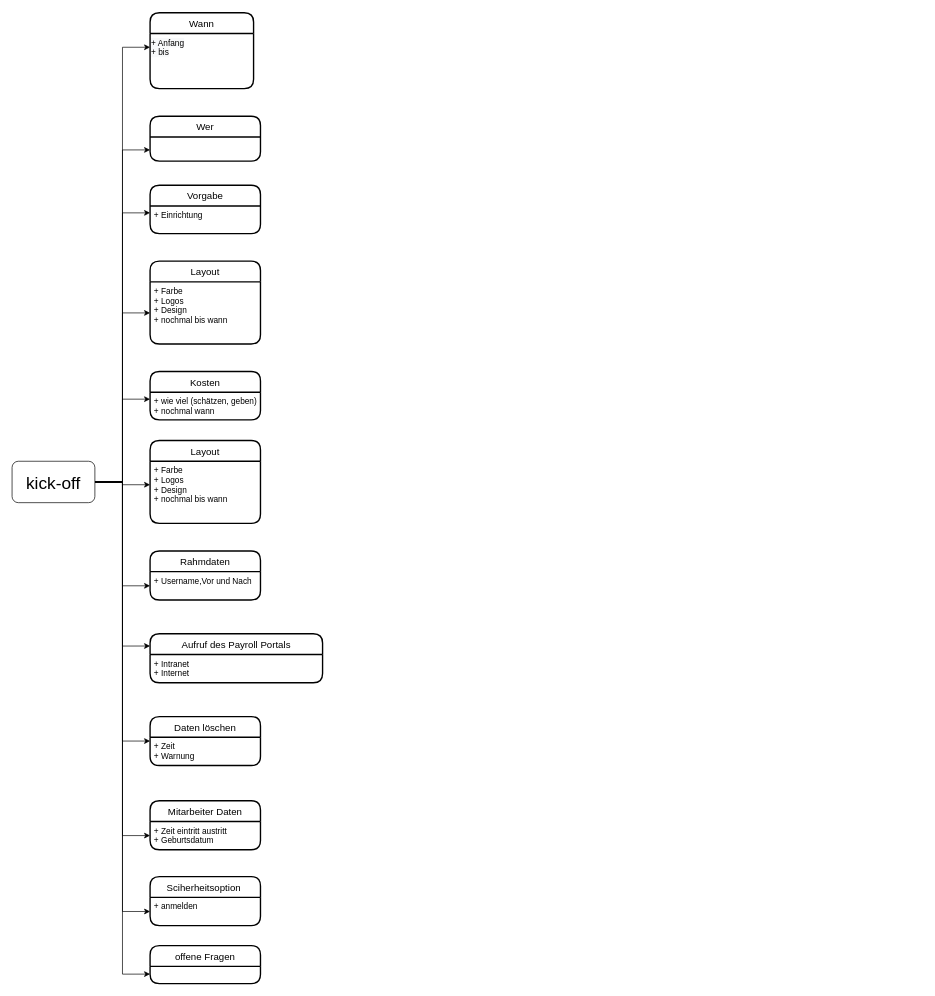
This is kick-off Diagram.drawio from masteryijian/Hallo-World-, a draw.io file, before an edit. Source tidied: cells renumbered, new cells numbered last; positions are measured from the earlier drawing's top-left corner, leaving out a move shared by most shapes. Both pictures are drawn from the tidied source at 69%, with x=0, y=0 at pixel (12, 12).
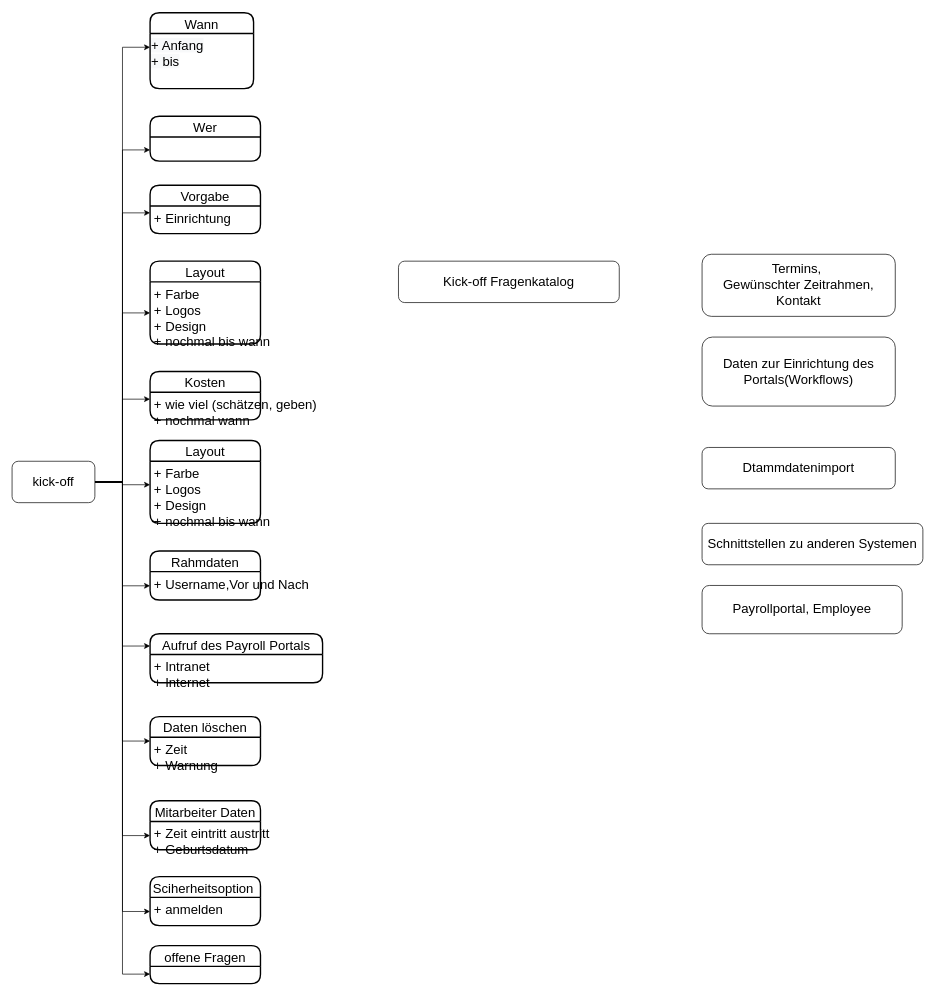
After the change.

What changed in the source:
```diff
@@
-    <mxCell id="2" style="edgeStyle=orthogonalEdgeStyle;rounded=0;jettySize=auto;html=1;entryX=0;entryY=0.25;entryDx=0;entryDy=0;" parent="1" edge="1" source="14" target="17">
+    <mxCell id="2" style="edgeStyle=orthogonalEdgeStyle;rounded=0;jettySize=auto;html=1;entryX=0;entryY=0.25;entryDx=0;entryDy=0;fontSize=19;" parent="1" edge="1" source="14" target="17">
       <mxGeometry relative="1" as="geometry" />
     </mxCell>
-    <mxCell id="3" style="edgeStyle=orthogonalEdgeStyle;rounded=0;jettySize=auto;html=1;exitX=1;exitY=0.5;exitDx=0;exitDy=0;entryX=0;entryY=0.75;entryDx=0;entryDy=0;" parent="1" edge="1" source="14" target="15">
+    <mxCell id="3" style="edgeStyle=orthogonalEdgeStyle;rounded=0;jettySize=auto;html=1;exitX=1;exitY=0.5;exitDx=0;exitDy=0;entryX=0;entryY=0.75;entryDx=0;entryDy=0;fontSize=19;" parent="1" edge="1" source="14" target="15">
       <mxGeometry relative="1" as="geometry" />
     </mxCell>
-    <mxCell id="4" style="edgeStyle=orthogonalEdgeStyle;rounded=0;jettySize=auto;html=1;exitX=1;exitY=0.5;exitDx=0;exitDy=0;entryX=0;entryY=0.25;entryDx=0;entryDy=0;" parent="1" edge="1" source="14" target="19">
+    <mxCell id="4" style="edgeStyle=orthogonalEdgeStyle;rounded=0;jettySize=auto;html=1;exitX=1;exitY=0.5;exitDx=0;exitDy=0;entryX=0;entryY=0.25;entryDx=0;entryDy=0;fontSize=19;" parent="1" edge="1" source="14" target="19">
       <mxGeometry relative="1" as="geometry" />
     </mxCell>
-    <mxCell id="5" style="edgeStyle=orthogonalEdgeStyle;rounded=0;jettySize=auto;html=1;exitX=1;exitY=0.5;exitDx=0;exitDy=0;entryX=0;entryY=0.5;entryDx=0;entryDy=0;" parent="1" edge="1" source="14" target="22">
+    <mxCell id="5" style="edgeStyle=orthogonalEdgeStyle;rounded=0;jettySize=auto;html=1;exitX=1;exitY=0.5;exitDx=0;exitDy=0;entryX=0;entryY=0.5;entryDx=0;entryDy=0;fontSize=19;" parent="1" edge="1" source="14" target="22">
       <mxGeometry relative="1" as="geometry" />
     </mxCell>
-    <mxCell id="6" style="edgeStyle=orthogonalEdgeStyle;rounded=0;jettySize=auto;html=1;exitX=1;exitY=0.5;exitDx=0;exitDy=0;entryX=0;entryY=0.25;entryDx=0;entryDy=0;" parent="1" edge="1" source="14" target="24">
+    <mxCell id="6" style="edgeStyle=orthogonalEdgeStyle;rounded=0;jettySize=auto;html=1;exitX=1;exitY=0.5;exitDx=0;exitDy=0;entryX=0;entryY=0.25;entryDx=0;entryDy=0;fontSize=19;" parent="1" edge="1" source="14" target="24">
       <mxGeometry relative="1" as="geometry" />
     </mxCell>
-    <mxCell id="7" style="edgeStyle=orthogonalEdgeStyle;rounded=0;jettySize=auto;html=1;exitX=1;exitY=0.5;exitDx=0;exitDy=0;entryX=0;entryY=0.378;entryDx=0;entryDy=0;entryPerimeter=0;" parent="1" edge="1" source="14" target="26">
+    <mxCell id="7" style="edgeStyle=orthogonalEdgeStyle;rounded=0;jettySize=auto;html=1;exitX=1;exitY=0.5;exitDx=0;exitDy=0;entryX=0;entryY=0.378;entryDx=0;entryDy=0;entryPerimeter=0;fontSize=19;" parent="1" edge="1" source="14" target="26">
       <mxGeometry relative="1" as="geometry" />
     </mxCell>
-    <mxCell id="8" style="edgeStyle=orthogonalEdgeStyle;rounded=0;jettySize=auto;html=1;exitX=1;exitY=0.5;exitDx=0;exitDy=0;entryX=0;entryY=0.5;entryDx=0;entryDy=0;" parent="1" edge="1" source="14" target="28">
+    <mxCell id="8" style="edgeStyle=orthogonalEdgeStyle;rounded=0;jettySize=auto;html=1;exitX=1;exitY=0.5;exitDx=0;exitDy=0;entryX=0;entryY=0.5;entryDx=0;entryDy=0;fontSize=19;" parent="1" edge="1" source="14" target="28">
       <mxGeometry relative="1" as="geometry" />
     </mxCell>
-    <mxCell id="9" style="edgeStyle=orthogonalEdgeStyle;rounded=0;jettySize=auto;html=1;exitX=1;exitY=0.5;exitDx=0;exitDy=0;entryX=0;entryY=0.25;entryDx=0;entryDy=0;" parent="1" edge="1" source="14" target="29">
+    <mxCell id="9" style="edgeStyle=orthogonalEdgeStyle;rounded=0;jettySize=auto;html=1;exitX=1;exitY=0.5;exitDx=0;exitDy=0;entryX=0;entryY=0.25;entryDx=0;entryDy=0;fontSize=19;" parent="1" edge="1" source="14" target="29">
       <mxGeometry relative="1" as="geometry" />
     </mxCell>
-    <mxCell id="10" style="edgeStyle=orthogonalEdgeStyle;rounded=0;jettySize=auto;html=1;exitX=1;exitY=0.5;exitDx=0;exitDy=0;entryX=0;entryY=0.5;entryDx=0;entryDy=0;" parent="1" edge="1" source="14" target="31">
+    <mxCell id="10" style="edgeStyle=orthogonalEdgeStyle;rounded=0;jettySize=auto;html=1;exitX=1;exitY=0.5;exitDx=0;exitDy=0;entryX=0;entryY=0.5;entryDx=0;entryDy=0;fontSize=19;" parent="1" edge="1" source="14" target="31">
       <mxGeometry relative="1" as="geometry" />
     </mxCell>
-    <mxCell id="11" style="edgeStyle=orthogonalEdgeStyle;rounded=0;jettySize=auto;html=1;exitX=1;exitY=0.5;exitDx=0;exitDy=0;entryX=0;entryY=0.5;entryDx=0;entryDy=0;" parent="1" edge="1" source="14" target="34">
+    <mxCell id="11" style="edgeStyle=orthogonalEdgeStyle;rounded=0;jettySize=auto;html=1;exitX=1;exitY=0.5;exitDx=0;exitDy=0;entryX=0;entryY=0.5;entryDx=0;entryDy=0;fontSize=19;" parent="1" edge="1" source="14" target="34">
       <mxGeometry relative="1" as="geometry" />
     </mxCell>
-    <mxCell id="12" style="edgeStyle=orthogonalEdgeStyle;rounded=0;jettySize=auto;html=1;exitX=1;exitY=0.5;exitDx=0;exitDy=0;entryX=0;entryY=0.5;entryDx=0;entryDy=0;" parent="1" edge="1" source="14" target="36">
+    <mxCell id="12" style="edgeStyle=orthogonalEdgeStyle;rounded=0;jettySize=auto;html=1;exitX=1;exitY=0.5;exitDx=0;exitDy=0;entryX=0;entryY=0.5;entryDx=0;entryDy=0;fontSize=19;" parent="1" edge="1" source="14" target="36">
       <mxGeometry relative="1" as="geometry" />
     </mxCell>
-    <mxCell id="13" style="edgeStyle=orthogonalEdgeStyle;rounded=0;jettySize=auto;html=1;exitX=1;exitY=0.5;exitDx=0;exitDy=0;entryX=0;entryY=0.75;entryDx=0;entryDy=0;" parent="1" edge="1" source="14" target="20">
+    <mxCell id="13" style="edgeStyle=orthogonalEdgeStyle;rounded=0;jettySize=auto;html=1;exitX=1;exitY=0.5;exitDx=0;exitDy=0;entryX=0;entryY=0.75;entryDx=0;entryDy=0;fontSize=19;" parent="1" edge="1" source="14" target="20">
       <mxGeometry relative="1" as="geometry" />
     </mxCell>
-    <mxCell id="14" value="&lt;font style=&quot;font-size: 25px&quot;&gt;kick-off&lt;/font&gt;" style="rounded=1;whiteSpace=wrap;html=1;" parent="1" vertex="1">
+    <mxCell id="14" value="&lt;font style=&quot;font-size: 19px;&quot;&gt;kick-off&lt;/font&gt;" style="rounded=1;whiteSpace=wrap;html=1;fontSize=19;" parent="1" vertex="1">
       <mxGeometry y="650" width="120" height="60" as="geometry" />
     </mxCell>
-    <mxCell id="15" value="Wer" style="swimlane;horizontal=1;startSize=30;rounded=1;fontSize=14;fontStyle=0;strokeWidth=2;shadow=0;dashed=0;align=center;" parent="1" vertex="1">
+    <mxCell id="15" value="Wer" style="swimlane;horizontal=1;startSize=30;rounded=1;fontSize=19;fontStyle=0;strokeWidth=2;shadow=0;dashed=0;align=center;" parent="1" vertex="1">
       <mxGeometry x="200" y="150" width="160" height="65" as="geometry" />
     </mxCell>
-    <mxCell id="16" value="Wann" style="swimlane;horizontal=1;startSize=30;rounded=1;fontSize=14;fontStyle=0;strokeWidth=2;shadow=0;dashed=0;align=center;" parent="1" vertex="1">
+    <mxCell id="16" value="Wann" style="swimlane;horizontal=1;startSize=30;rounded=1;fontSize=19;fontStyle=0;strokeWidth=2;shadow=0;dashed=0;align=center;" parent="1" vertex="1">
       <mxGeometry x="200" width="150" height="110" as="geometry" />
     </mxCell>
-    <mxCell id="17" value="&lt;span style=&quot;color: rgb(0 , 0 , 0) ; font-family: &amp;#34;helvetica&amp;#34; ; font-size: 12px ; font-style: normal ; font-weight: 400 ; letter-spacing: normal ; text-align: left ; text-indent: 0px ; text-transform: none ; word-spacing: 0px ; background-color: rgb(248 , 249 , 250) ; display: inline ; float: none&quot;&gt;+ Anfang&lt;/span&gt;&lt;br style=&quot;padding: 0px ; margin: 0px ; color: rgb(0 , 0 , 0) ; font-family: &amp;#34;helvetica&amp;#34; ; font-size: 12px ; font-style: normal ; font-weight: 400 ; letter-spacing: normal ; text-align: left ; text-indent: 0px ; text-transform: none ; word-spacing: 0px ; background-color: rgb(248 , 249 , 250)&quot;&gt;&lt;span style=&quot;color: rgb(0 , 0 , 0) ; font-family: &amp;#34;helvetica&amp;#34; ; font-size: 12px ; font-style: normal ; font-weight: 400 ; letter-spacing: normal ; text-align: left ; text-indent: 0px ; text-transform: none ; word-spacing: 0px ; background-color: rgb(248 , 249 , 250) ; display: inline ; float: none&quot;&gt;+ bis&lt;/span&gt;" style="text;whiteSpace=wrap;html=1;" parent="16" vertex="1">
+    <mxCell id="17" value="&lt;span style=&quot;color: rgb(0, 0, 0); font-family: helvetica; font-size: 19px; font-style: normal; font-weight: 400; letter-spacing: normal; text-align: left; text-indent: 0px; text-transform: none; word-spacing: 0px; background-color: rgb(248, 249, 250); display: inline; float: none;&quot;&gt;+ Anfang&lt;/span&gt;&lt;br style=&quot;padding: 0px; margin: 0px; color: rgb(0, 0, 0); font-family: helvetica; font-size: 19px; font-style: normal; font-weight: 400; letter-spacing: normal; text-align: left; text-indent: 0px; text-transform: none; word-spacing: 0px; background-color: rgb(248, 249, 250);&quot;&gt;&lt;span style=&quot;color: rgb(0, 0, 0); font-family: helvetica; font-size: 19px; font-style: normal; font-weight: 400; letter-spacing: normal; text-align: left; text-indent: 0px; text-transform: none; word-spacing: 0px; background-color: rgb(248, 249, 250); display: inline; float: none;&quot;&gt;+ bis&lt;/span&gt;" style="text;whiteSpace=wrap;html=1;fontSize=19;" parent="16" vertex="1">
       <mxGeometry y="30" width="150" height="80" as="geometry" />
     </mxCell>
-    <mxCell id="18" value="Vorgabe" style="swimlane;horizontal=1;startSize=30;rounded=1;fontSize=14;fontStyle=0;strokeWidth=2;shadow=0;dashed=0;align=center;" parent="1" vertex="1">
+    <mxCell id="18" value="Vorgabe" style="swimlane;horizontal=1;startSize=30;rounded=1;fontSize=19;fontStyle=0;strokeWidth=2;shadow=0;dashed=0;align=center;" parent="1" vertex="1">
       <mxGeometry x="200" y="250" width="160" height="70" as="geometry" />
     </mxCell>
-    <mxCell id="19" value="+ Einrichtung&#10;" style="align=left;strokeColor=none;fillColor=none;spacingLeft=4;fontSize=12;verticalAlign=top;" parent="18" vertex="1">
+    <mxCell id="19" value="+ Einrichtung&#10;" style="align=left;strokeColor=none;fillColor=none;spacingLeft=4;fontSize=19;verticalAlign=top;" parent="18" vertex="1">
       <mxGeometry y="30" width="160" height="40" as="geometry" />
     </mxCell>
-    <mxCell id="20" value="offene Fragen" style="swimlane;horizontal=1;startSize=30;rounded=1;fontSize=14;fontStyle=0;strokeWidth=2;shadow=0;dashed=0;align=center;" parent="1" vertex="1">
+    <mxCell id="20" value="offene Fragen" style="swimlane;horizontal=1;startSize=30;rounded=1;fontSize=19;fontStyle=0;strokeWidth=2;shadow=0;dashed=0;align=center;" parent="1" vertex="1">
       <mxGeometry x="200" y="1352" width="160" height="55" as="geometry" />
     </mxCell>
-    <mxCell id="21" value="Layout" style="swimlane;horizontal=1;startSize=30;rounded=1;fontSize=14;fontStyle=0;strokeWidth=2;shadow=0;dashed=0;align=center;" parent="1" vertex="1">
+    <mxCell id="21" value="Layout" style="swimlane;horizontal=1;startSize=30;rounded=1;fontSize=19;fontStyle=0;strokeWidth=2;shadow=0;dashed=0;align=center;" parent="1" vertex="1">
       <mxGeometry x="200" y="360" width="160" height="120" as="geometry" />
     </mxCell>
-    <mxCell id="22" value="+ Farbe&#10;+ Logos&#10;+ Design&#10;+ nochmal bis wann" style="align=left;strokeColor=none;fillColor=none;spacingLeft=4;fontSize=12;verticalAlign=top;" parent="21" vertex="1">
+    <mxCell id="22" value="+ Farbe&#10;+ Logos&#10;+ Design&#10;+ nochmal bis wann" style="align=left;strokeColor=none;fillColor=none;spacingLeft=4;fontSize=19;verticalAlign=top;" parent="21" vertex="1">
       <mxGeometry y="30" width="160" height="90" as="geometry" />
     </mxCell>
-    <mxCell id="23" value="Kosten" style="swimlane;horizontal=1;startSize=30;rounded=1;fontSize=14;fontStyle=0;strokeWidth=2;shadow=0;dashed=0;align=center;" parent="1" vertex="1">
+    <mxCell id="23" value="Kosten" style="swimlane;horizontal=1;startSize=30;rounded=1;fontSize=19;fontStyle=0;strokeWidth=2;shadow=0;dashed=0;align=center;" parent="1" vertex="1">
       <mxGeometry x="200" y="520" width="160" height="70" as="geometry" />
     </mxCell>
-    <mxCell id="24" value="+ wie viel (schätzen, geben)&#10;+ nochmal wann" style="align=left;strokeColor=none;fillColor=none;spacingLeft=4;fontSize=12;verticalAlign=top;" parent="23" vertex="1">
+    <mxCell id="24" value="+ wie viel (schätzen, geben)&#10;+ nochmal wann" style="align=left;strokeColor=none;fillColor=none;spacingLeft=4;fontSize=19;verticalAlign=top;" parent="23" vertex="1">
       <mxGeometry y="30" width="160" height="40" as="geometry" />
     </mxCell>
-    <mxCell id="25" value="Layout" style="swimlane;horizontal=1;startSize=30;rounded=1;fontSize=14;fontStyle=0;strokeWidth=2;shadow=0;dashed=0;align=center;" parent="1" vertex="1">
+    <mxCell id="25" value="Layout" style="swimlane;horizontal=1;startSize=30;rounded=1;fontSize=19;fontStyle=0;strokeWidth=2;shadow=0;dashed=0;align=center;" parent="1" vertex="1">
       <mxGeometry x="200" y="620" width="160" height="120" as="geometry" />
     </mxCell>
-    <mxCell id="26" value="+ Farbe&#10;+ Logos&#10;+ Design&#10;+ nochmal bis wann" style="align=left;strokeColor=none;fillColor=none;spacingLeft=4;fontSize=12;verticalAlign=top;" parent="25" vertex="1">
+    <mxCell id="26" value="+ Farbe&#10;+ Logos&#10;+ Design&#10;+ nochmal bis wann" style="align=left;strokeColor=none;fillColor=none;spacingLeft=4;fontSize=19;verticalAlign=top;" parent="25" vertex="1">
       <mxGeometry y="30" width="160" height="90" as="geometry" />
     </mxCell>
-    <mxCell id="27" value="Rahmdaten" style="swimlane;horizontal=1;startSize=30;rounded=1;fontSize=14;fontStyle=0;strokeWidth=2;shadow=0;dashed=0;align=center;" parent="1" vertex="1">
+    <mxCell id="27" value="Rahmdaten" style="swimlane;horizontal=1;startSize=30;rounded=1;fontSize=19;fontStyle=0;strokeWidth=2;shadow=0;dashed=0;align=center;" parent="1" vertex="1">
       <mxGeometry x="200" y="780" width="160" height="71" as="geometry" />
     </mxCell>
-    <mxCell id="28" value="+ Username,Vor und Nach&#10;" style="align=left;strokeColor=none;fillColor=none;spacingLeft=4;fontSize=12;verticalAlign=top;" parent="27" vertex="1">
+    <mxCell id="28" value="+ Username,Vor und Nach&#10;" style="align=left;strokeColor=none;fillColor=none;spacingLeft=4;fontSize=19;verticalAlign=top;" parent="27" vertex="1">
       <mxGeometry y="30" width="160" height="41" as="geometry" />
     </mxCell>
-    <mxCell id="29" value="Aufruf des Payroll Portals" style="swimlane;horizontal=1;startSize=30;rounded=1;fontSize=14;fontStyle=0;strokeWidth=2;shadow=0;dashed=0;align=center;" parent="1" vertex="1">
+    <mxCell id="29" value="Aufruf des Payroll Portals" style="swimlane;horizontal=1;startSize=30;rounded=1;fontSize=19;fontStyle=0;strokeWidth=2;shadow=0;dashed=0;align=center;" parent="1" vertex="1">
       <mxGeometry x="200" y="900" width="250" height="71" as="geometry" />
     </mxCell>
-    <mxCell id="30" value="+ Intranet&#10;+ Internet&#10;&#10;" style="align=left;strokeColor=none;fillColor=none;spacingLeft=4;fontSize=12;verticalAlign=top;" parent="29" vertex="1">
+    <mxCell id="30" value="+ Intranet&#10;+ Internet&#10;&#10;" style="align=left;strokeColor=none;fillColor=none;spacingLeft=4;fontSize=19;verticalAlign=top;" parent="29" vertex="1">
       <mxGeometry y="30" width="250" height="41" as="geometry" />
     </mxCell>
-    <mxCell id="31" value="Daten löschen" style="swimlane;horizontal=1;startSize=30;rounded=1;fontSize=14;fontStyle=0;strokeWidth=2;shadow=0;dashed=0;align=center;" parent="1" vertex="1">
+    <mxCell id="31" value="Daten löschen" style="swimlane;horizontal=1;startSize=30;rounded=1;fontSize=19;fontStyle=0;strokeWidth=2;shadow=0;dashed=0;align=center;" parent="1" vertex="1">
       <mxGeometry x="200" y="1020" width="160" height="71" as="geometry" />
     </mxCell>
-    <mxCell id="32" value="+ Zeit&#10;+ Warnung&#10;&#10;" style="align=left;strokeColor=none;fillColor=none;spacingLeft=4;fontSize=12;verticalAlign=top;" parent="31" vertex="1">
+    <mxCell id="32" value="+ Zeit&#10;+ Warnung&#10;&#10;" style="align=left;strokeColor=none;fillColor=none;spacingLeft=4;fontSize=19;verticalAlign=top;" parent="31" vertex="1">
       <mxGeometry y="30" width="160" height="41" as="geometry" />
     </mxCell>
-    <mxCell id="33" value="Mitarbeiter Daten" style="swimlane;horizontal=1;startSize=30;rounded=1;fontSize=14;fontStyle=0;strokeWidth=2;shadow=0;dashed=0;align=center;" parent="1" vertex="1">
+    <mxCell id="33" value="Mitarbeiter Daten" style="swimlane;horizontal=1;startSize=30;rounded=1;fontSize=19;fontStyle=0;strokeWidth=2;shadow=0;dashed=0;align=center;" parent="1" vertex="1">
       <mxGeometry x="200" y="1142" width="160" height="71" as="geometry" />
     </mxCell>
-    <mxCell id="34" value="+ Zeit eintritt austritt&#10;+ Geburtsdatum&#10;&#10;" style="align=left;strokeColor=none;fillColor=none;spacingLeft=4;fontSize=12;verticalAlign=top;" parent="33" vertex="1">
+    <mxCell id="34" value="+ Zeit eintritt austritt&#10;+ Geburtsdatum&#10;&#10;" style="align=left;strokeColor=none;fillColor=none;spacingLeft=4;fontSize=19;verticalAlign=top;" parent="33" vertex="1">
       <mxGeometry y="30" width="160" height="41" as="geometry" />
     </mxCell>
-    <mxCell id="35" value="Sciherheitsoption " style="swimlane;horizontal=1;startSize=30;rounded=1;fontSize=14;fontStyle=0;strokeWidth=2;shadow=0;dashed=0;align=center;" parent="1" vertex="1">
+    <mxCell id="35" value="Sciherheitsoption " style="swimlane;horizontal=1;startSize=30;rounded=1;fontSize=19;fontStyle=0;strokeWidth=2;shadow=0;dashed=0;align=center;" parent="1" vertex="1">
       <mxGeometry x="200" y="1252" width="160" height="71" as="geometry" />
     </mxCell>
-    <mxCell id="36" value="+ anmelden" style="align=left;strokeColor=none;fillColor=none;spacingLeft=4;fontSize=12;verticalAlign=top;" parent="35" vertex="1">
+    <mxCell id="36" value="+ anmelden" style="align=left;strokeColor=none;fillColor=none;spacingLeft=4;fontSize=19;verticalAlign=top;" parent="35" vertex="1">
       <mxGeometry y="30" width="160" height="41" as="geometry" />
     </mxCell>
+    <mxCell id="37" value="Kick-off Fragenkatalog" style="rounded=1;whiteSpace=wrap;html=1;fontSize=19;" parent="1" vertex="1">
+      <mxGeometry x="560" y="360" width="320" height="60" as="geometry" />
+    </mxCell>
+    <mxCell id="38" value="Termins,&amp;nbsp;&lt;br&gt;Gewünschter Zeitrahmen,&lt;br&gt;Kontakt" style="rounded=1;whiteSpace=wrap;html=1;fontSize=19;" parent="1" vertex="1">
+      <mxGeometry x="1000" y="350" width="280" height="90" as="geometry" />
+    </mxCell>
+    <mxCell id="39" value="Daten zur Einrichtung des Portals(Workflows)" style="rounded=1;whiteSpace=wrap;html=1;fontSize=19;" parent="1" vertex="1">
+      <mxGeometry x="1000" y="470" width="280" height="100" as="geometry" />
+    </mxCell>
+    <mxCell id="40" value="Dtammdatenimport" style="rounded=1;whiteSpace=wrap;html=1;fontSize=19;" parent="1" vertex="1">
+      <mxGeometry x="1000" y="630" width="280" height="60" as="geometry" />
+    </mxCell>
+    <mxCell id="41" value="Schnittstellen zu anderen Systemen" style="rounded=1;whiteSpace=wrap;html=1;fontSize=19;" parent="1" vertex="1">
+      <mxGeometry x="1000" y="740" width="320" height="60" as="geometry" />
+    </mxCell>
+    <mxCell id="42" value="Payrollportal, Employee" style="rounded=1;whiteSpace=wrap;html=1;fontSize=19;" parent="1" vertex="1">
+      <mxGeometry x="1000" y="830" width="290" height="70" as="geometry" />
+    </mxCell>
```
